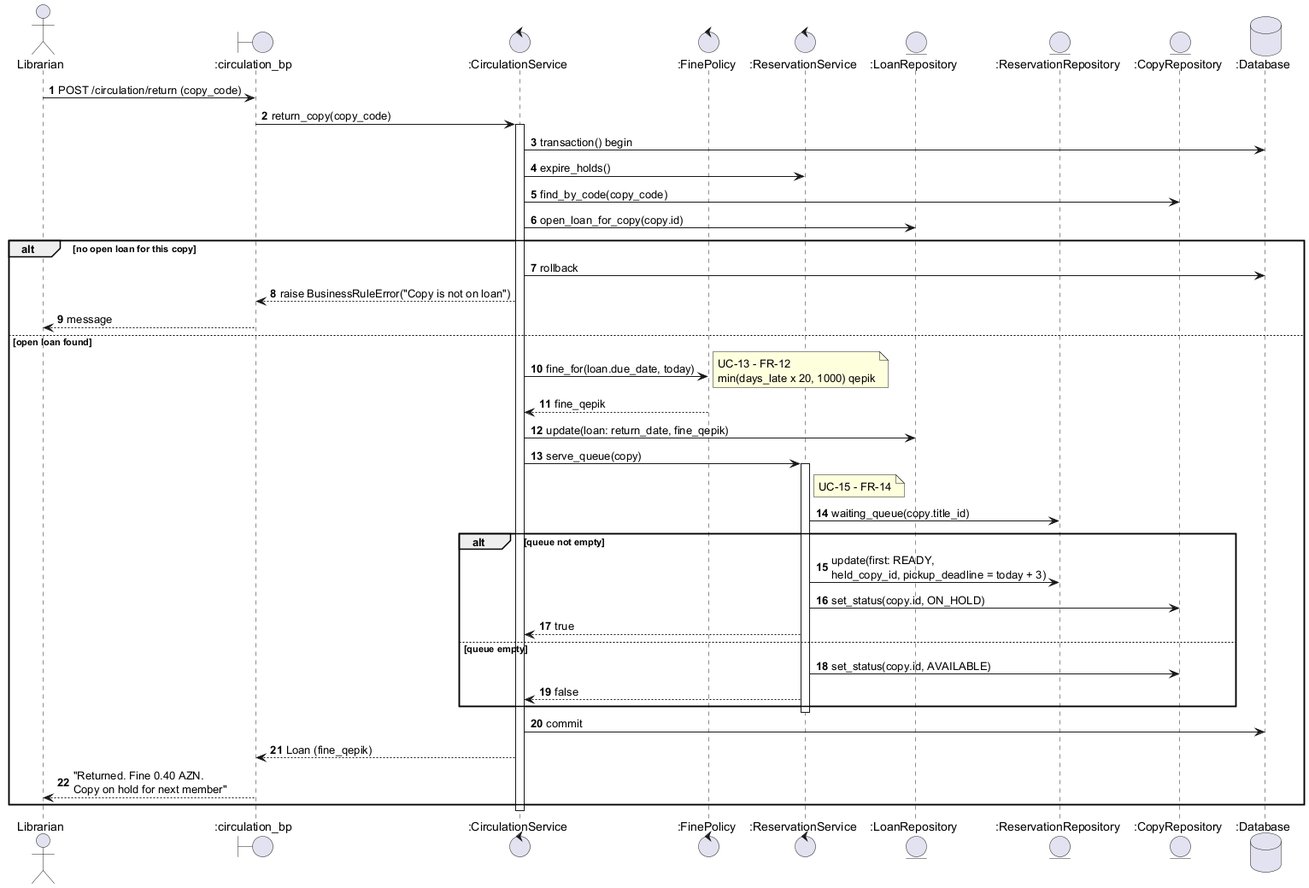
Above: docs/models/img/seq-return.png in imnvrml/library-management-system (PlantUML), before the change. The source it was exported from:
```plantuml
@startuml seq-return
skinparam shadowing false
autonumber
actor Librarian
boundary ":circulation_bp" as bp
control ":CirculationService" as circ
control ":FinePolicy" as fine
control ":ReservationService" as res
entity ":LoanRepository" as loans
entity ":ReservationRepository" as rrepo
entity ":CopyRepository" as copies
database ":Database" as db

Librarian -> bp : POST /circulation/return (copy_code)
bp -> circ : return_copy(copy_code)
activate circ
circ -> db : transaction() begin
circ -> res : expire_holds()
circ -> copies : find_by_code(copy_code)
circ -> loans : open_loan_for_copy(copy.id)

alt no open loan for this copy
  circ -> db : rollback
  circ --> bp : raise BusinessRuleError("Copy is not on loan")
  bp --> Librarian : message
else open loan found
  circ -> fine : fine_for(loan.due_date, today)
  note right : UC-13 - FR-12\nmin(days_late x 20, 1000) qepik
  fine --> circ : fine_qepik
  circ -> loans : update(loan: return_date, fine_qepik)
  circ -> res : serve_queue(copy)
  activate res
  note right of res : UC-15 - FR-14
  res -> rrepo : waiting_queue(copy.title_id)
  alt queue not empty
    res -> rrepo : update(first: READY,\nheld_copy_id, pickup_deadline = today + 3)
    res -> copies : set_status(copy.id, ON_HOLD)
    res --> circ : true
  else queue empty
    res -> copies : set_status(copy.id, AVAILABLE)
    res --> circ : false
  end
  deactivate res
  circ -> db : commit
  circ --> bp : Loan (fine_qepik)
  bp --> Librarian : "Returned. Fine 0.40 AZN.\nCopy on hold for next member"
end
deactivate circ
@enduml
```
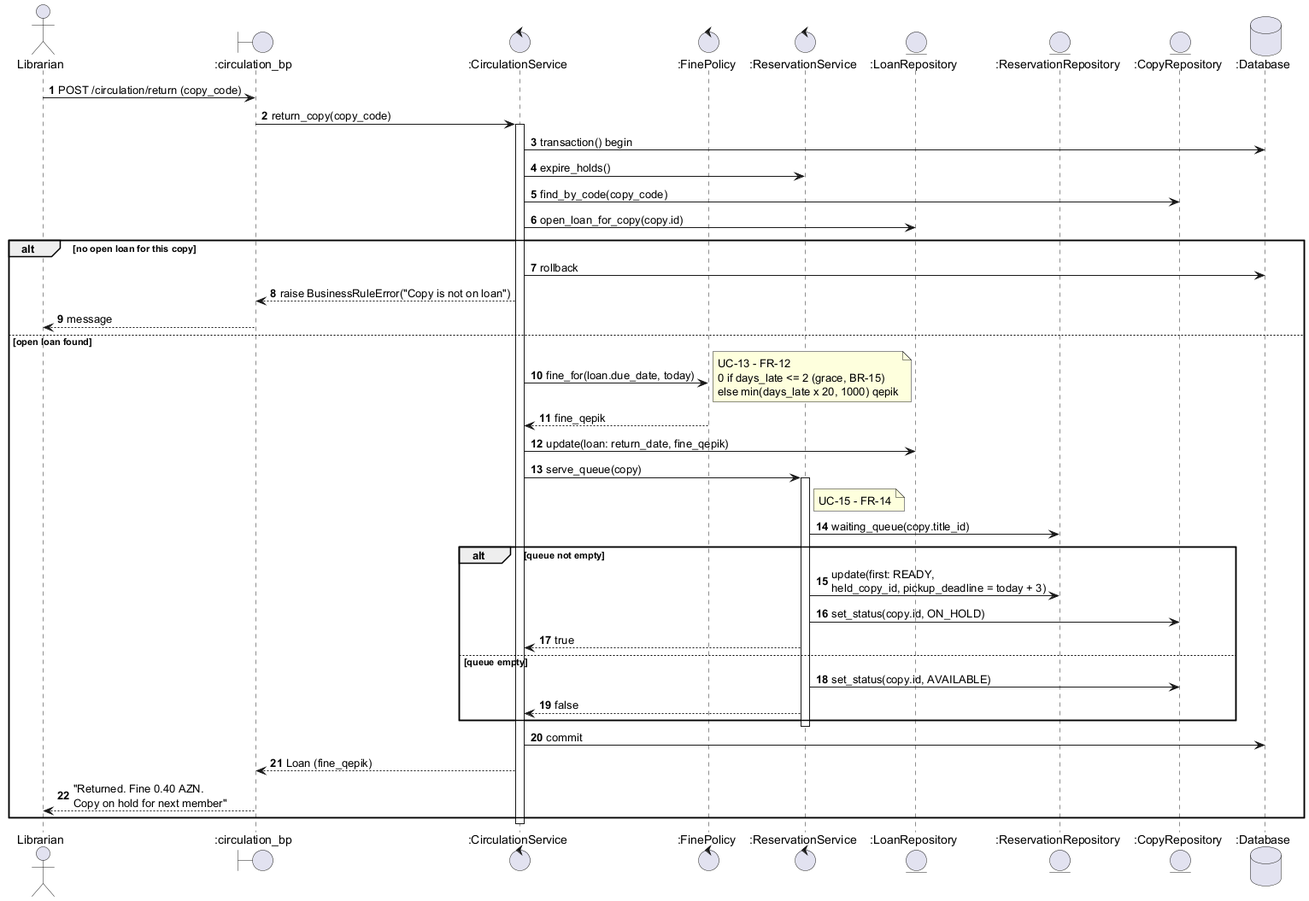
After the commit.

The edit, as a diff of the source:
```diff
@@ -25,7 +25,7 @@
   bp --> Librarian : message
 else open loan found
   circ -> fine : fine_for(loan.due_date, today)
-  note right : UC-13 - FR-12\nmin(days_late x 20, 1000) qepik
+  note right : UC-13 - FR-12\n0 if days_late <= 2 (grace, BR-15)\nelse min(days_late x 20, 1000) qepik
   fine --> circ : fine_qepik
   circ -> loans : update(loan: return_date, fine_qepik)
   circ -> res : serve_queue(copy)
```
